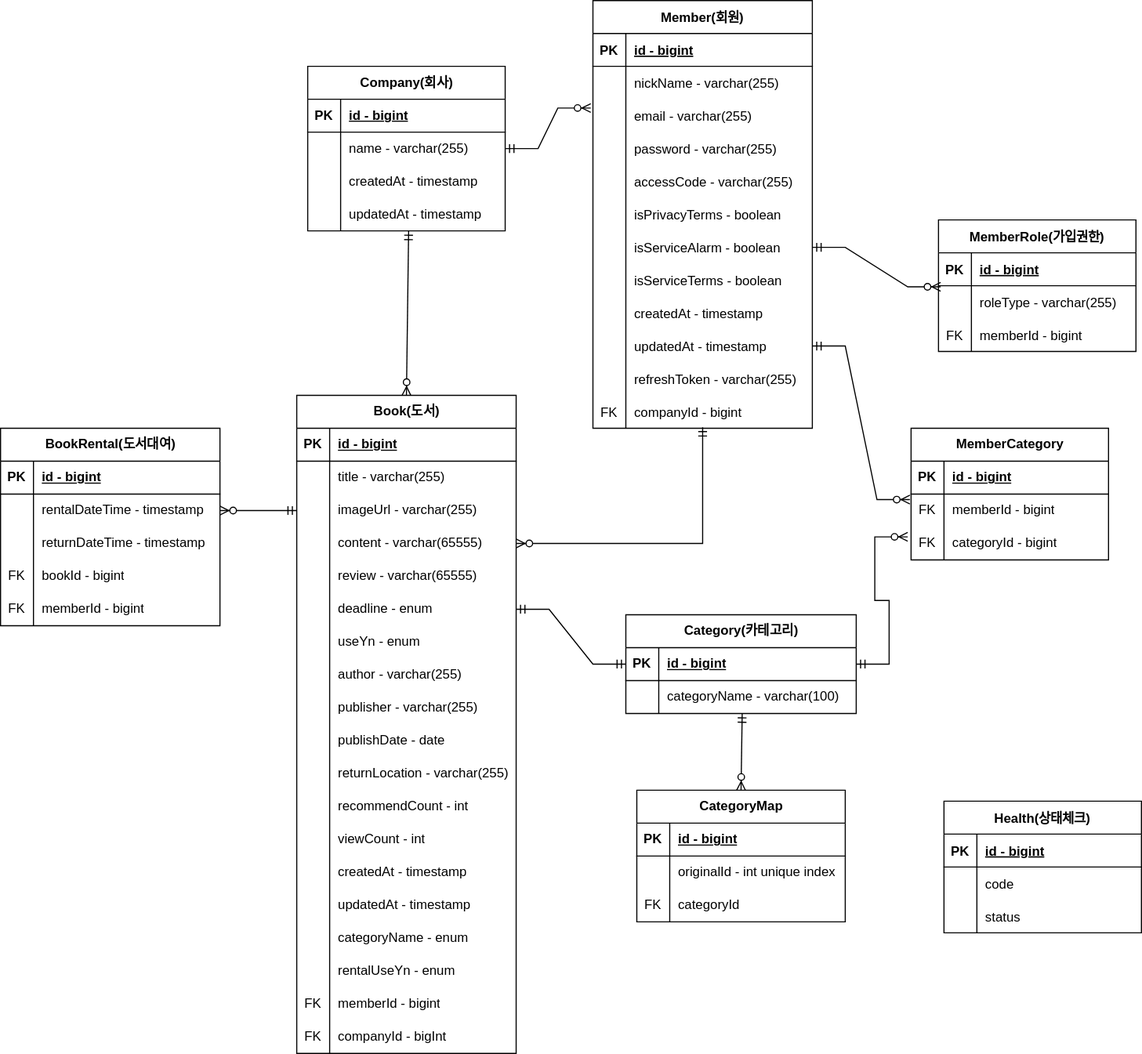
Above: document/litarary.drawio.svg in dukki-labs/litarary (draw.io), before the change. Source tidied: cells renumbered, new cells last; positions are measured from the earlier drawing's top-left corner, leaving out a move shared by most shapes.
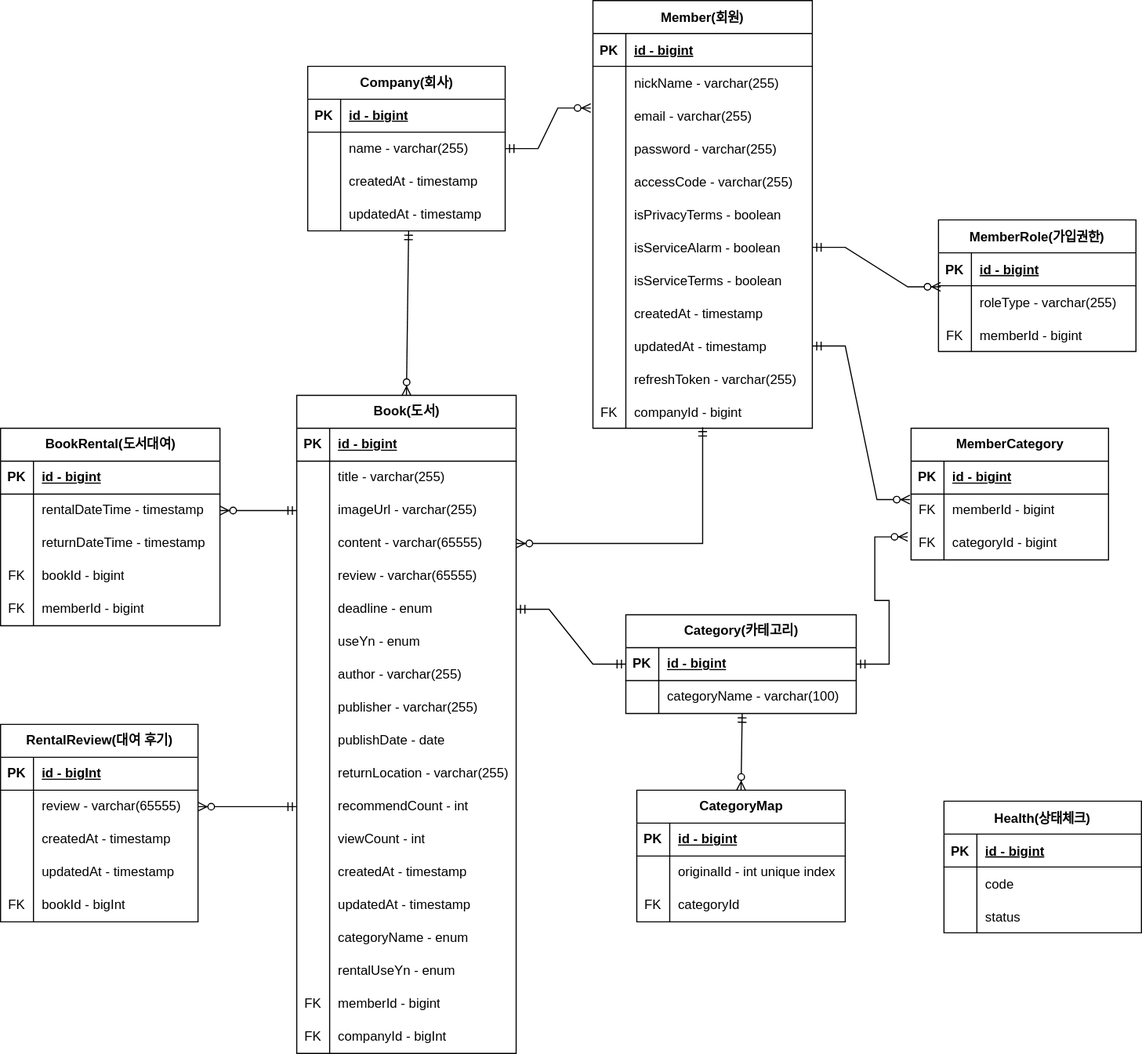
The same file after the commit.

Commit message:
Feat: [#84] 누락된 ERD 추가 (#86)

* Feat: [#84] 도서 반납 조회 및 반납 신청 API개발

- 도서 반납 시 해당하는 도서 정보를 반환하는 API개발
- 도서 반납 신청 API개발

* Feat: [#84] ERD 도서 대여후기 테이블 추가

What changed in the source:
```diff
@@ -542,5 +542,56 @@
     <mxCell id="181" style="edgeStyle=orthogonalEdgeStyle;fontSize=12;html=1;endArrow=ERzeroToMany;startArrow=ERmandOne;rounded=0;exitX=0.5;exitY=0.967;exitDx=0;exitDy=0;entryX=1;entryY=0.5;entryDx=0;entryDy=0;exitPerimeter=0;" parent="1" edge="1" source="46" target="88">
       <mxGeometry relative="1" as="geometry" />
     </mxCell>
+    <mxCell id="182" value="RentalReview(대여 후기)" style="shape=table;startSize=30;rowLines=0;fontStyle=1;align=center;html=1;" parent="1" vertex="1">
+      <mxGeometry y="660" width="180" height="180" as="geometry" />
+    </mxCell>
+    <mxCell id="183" style="shape=tableRow;horizontal=0;startSize=0;swimlaneHead=0;swimlaneBody=0;fillColor=none;top=0;left=0;right=0;bottom=1;" parent="182" vertex="1">
+      <mxGeometry y="30" width="180" height="30" as="geometry" />
+    </mxCell>
+    <mxCell id="184" value="PK" style="shape=partialRectangle;fillColor=none;top=0;left=0;bottom=0;right=0;fontStyle=1;overflow=hidden;whiteSpace=wrap;html=1;" parent="183" vertex="1">
+      <mxGeometry width="30" height="30" as="geometry" />
+    </mxCell>
+    <mxCell id="185" value="id - bigInt" style="shape=partialRectangle;fillColor=none;top=0;left=0;bottom=0;right=0;align=left;spacingLeft=6;fontStyle=5;overflow=hidden;whiteSpace=wrap;html=1;" parent="183" vertex="1">
+      <mxGeometry x="30" width="150" height="30" as="geometry" />
+    </mxCell>
+    <mxCell id="186" style="shape=tableRow;horizontal=0;startSize=0;swimlaneHead=0;swimlaneBody=0;fillColor=none;points=[[0,0.5],[1,0.5]];portConstraint=eastwest;top=0;left=0;right=0;bottom=0;" parent="182" vertex="1">
+      <mxGeometry y="60" width="180" height="30" as="geometry" />
+    </mxCell>
+    <mxCell id="187" style="shape=partialRectangle;fillColor=none;top=0;left=0;bottom=0;right=0;overflow=hidden;whiteSpace=wrap;html=1;" parent="186" vertex="1">
+      <mxGeometry width="30" height="30" as="geometry" />
+    </mxCell>
+    <mxCell id="188" value="review - varchar(65555)" style="shape=partialRectangle;fillColor=none;top=0;left=0;bottom=0;right=0;align=left;spacingLeft=6;overflow=hidden;whiteSpace=wrap;html=1;" parent="186" vertex="1">
+      <mxGeometry x="30" width="150" height="30" as="geometry" />
+    </mxCell>
+    <mxCell id="189" style="shape=tableRow;horizontal=0;startSize=0;swimlaneHead=0;swimlaneBody=0;fillColor=none;top=0;left=0;right=0;bottom=0;" parent="182" vertex="1">
+      <mxGeometry y="90" width="180" height="30" as="geometry" />
+    </mxCell>
+    <mxCell id="190" style="shape=partialRectangle;fillColor=none;top=0;left=0;bottom=0;right=0;overflow=hidden;whiteSpace=wrap;html=1;" parent="189" vertex="1">
+      <mxGeometry width="30" height="30" as="geometry" />
+    </mxCell>
+    <mxCell id="191" value="createdAt - timestamp" style="shape=partialRectangle;fillColor=none;top=0;left=0;bottom=0;right=0;align=left;spacingLeft=6;overflow=hidden;whiteSpace=wrap;html=1;" parent="189" vertex="1">
+      <mxGeometry x="30" width="150" height="30" as="geometry" />
+    </mxCell>
+    <mxCell id="192" style="shape=tableRow;horizontal=0;startSize=0;swimlaneHead=0;swimlaneBody=0;fillColor=none;top=0;left=0;right=0;bottom=0;" parent="182" vertex="1">
+      <mxGeometry y="120" width="180" height="30" as="geometry" />
+    </mxCell>
+    <mxCell id="193" style="shape=partialRectangle;fillColor=none;top=0;left=0;bottom=0;right=0;overflow=hidden;whiteSpace=wrap;html=1;" parent="192" vertex="1">
+      <mxGeometry width="30" height="30" as="geometry" />
+    </mxCell>
+    <mxCell id="194" value="updatedAt - timestamp" style="shape=partialRectangle;fillColor=none;top=0;left=0;bottom=0;right=0;align=left;spacingLeft=6;overflow=hidden;whiteSpace=wrap;html=1;" parent="192" vertex="1">
+      <mxGeometry x="30" width="150" height="30" as="geometry" />
+    </mxCell>
+    <mxCell id="195" style="shape=tableRow;horizontal=0;startSize=0;swimlaneHead=0;swimlaneBody=0;fillColor=none;top=0;left=0;right=0;bottom=0;" parent="182" vertex="1">
+      <mxGeometry y="150" width="180" height="30" as="geometry" />
+    </mxCell>
+    <mxCell id="196" value="FK" style="shape=partialRectangle;fillColor=none;top=0;left=0;bottom=0;right=0;overflow=hidden;whiteSpace=wrap;html=1;" parent="195" vertex="1">
+      <mxGeometry width="30" height="30" as="geometry" />
+    </mxCell>
+    <mxCell id="197" value="bookId - bigInt" style="shape=partialRectangle;fillColor=none;top=0;left=0;bottom=0;right=0;align=left;spacingLeft=6;overflow=hidden;whiteSpace=wrap;html=1;" parent="195" vertex="1">
+      <mxGeometry x="30" width="150" height="30" as="geometry" />
+    </mxCell>
+    <mxCell id="198" style="fontSize=12;html=1;endArrow=ERzeroToMany;startArrow=ERmandOne;rounded=0;entryX=1;entryY=0.5;entryDx=0;entryDy=0;exitX=0;exitY=0.5;exitDx=0;exitDy=0;" parent="1" edge="1" source="112" target="186">
+      <mxGeometry relative="1" as="geometry" />
+    </mxCell>
   </root>
 </mxGraphModel>
```
